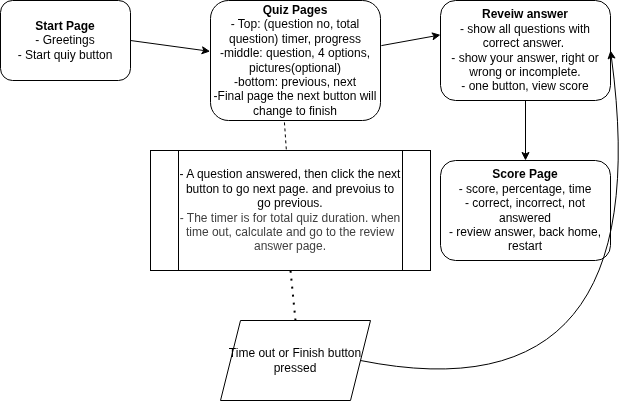
Earlier version of the draw.io export QuizApp/resources/logic_flow.drawio.png (geniesaiful/projects). Source tidied: cells renumbered, new cells last; positions are measured from the earlier drawing's top-left corner, leaving out a move shared by most shapes.
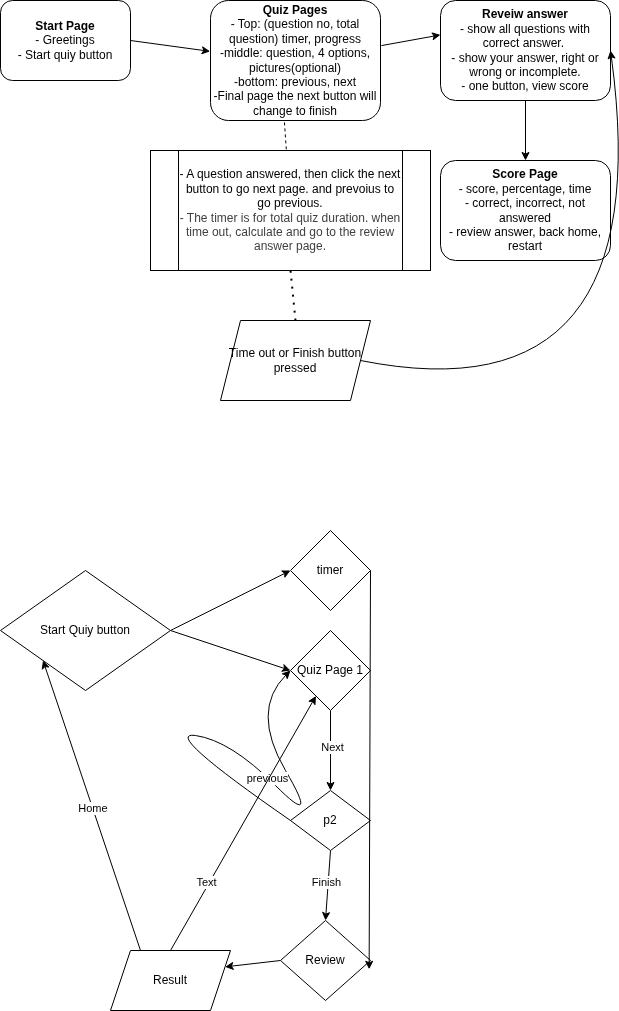
After the commit.

Commit message:
Logic plan. stable

The edit, as a diff of the source:
```diff
@@ -50,5 +50,72 @@
     <mxCell id="14" value="- A question answered, then click the next button to go next page. and prevoius to go previous.&lt;div style=&quot;color: rgb(63, 63, 63); scrollbar-color: rgb(226, 226, 226) rgb(251, 251, 251);&quot;&gt;- The timer is for total quiz duration. when time out, calculate and go to the review answer page.&lt;/div&gt;" style="shape=process;whiteSpace=wrap;html=1;backgroundOutline=1;" parent="1" vertex="1">
       <mxGeometry x="150" y="150" width="280" height="120" as="geometry" />
     </mxCell>
+    <mxCell id="15" style="edgeStyle=none;html=1;exitX=1;exitY=0.5;exitDx=0;exitDy=0;entryX=0;entryY=0.5;entryDx=0;entryDy=0;" parent="1" edge="1" source="17" target="18">
+      <mxGeometry relative="1" as="geometry" />
+    </mxCell>
+    <mxCell id="16" style="edgeStyle=none;html=1;exitX=1;exitY=0.5;exitDx=0;exitDy=0;entryX=0;entryY=0.5;entryDx=0;entryDy=0;" parent="1" edge="1" source="17" target="21">
+      <mxGeometry relative="1" as="geometry" />
+    </mxCell>
+    <mxCell id="17" value="Start Quiy button" style="rhombus;whiteSpace=wrap;html=1;" parent="1" vertex="1">
+      <mxGeometry y="570" width="170" height="120" as="geometry" />
+    </mxCell>
+    <mxCell id="18" value="timer" style="rhombus;whiteSpace=wrap;html=1;" parent="1" vertex="1">
+      <mxGeometry x="290" y="530" width="80" height="80" as="geometry" />
+    </mxCell>
+    <mxCell id="19" style="edgeStyle=none;html=1;exitX=0.5;exitY=1;exitDx=0;exitDy=0;" parent="1" edge="1" source="21" target="24">
+      <mxGeometry relative="1" as="geometry" />
+    </mxCell>
+    <mxCell id="20" value="Next" style="edgeLabel;html=1;align=center;verticalAlign=middle;" parent="19" vertex="1">
+      <mxGeometry x="-0.09" y="1" relative="1" as="geometry" />
+    </mxCell>
+    <mxCell id="21" value="Quiz Page 1" style="rhombus;whiteSpace=wrap;html=1;" parent="1" vertex="1">
+      <mxGeometry x="290" y="630" width="80" height="80" as="geometry" />
+    </mxCell>
+    <mxCell id="22" style="edgeStyle=none;html=1;exitX=0.5;exitY=1;exitDx=0;exitDy=0;entryX=0.5;entryY=0;entryDx=0;entryDy=0;" parent="1" edge="1" source="24" target="28">
+      <mxGeometry relative="1" as="geometry" />
+    </mxCell>
+    <mxCell id="23" value="Finish" style="edgeLabel;html=1;align=center;verticalAlign=middle;" parent="22" vertex="1">
+      <mxGeometry x="-0.07" y="-2" relative="1" as="geometry" />
+    </mxCell>
+    <mxCell id="24" value="p2" style="rhombus;whiteSpace=wrap;html=1;" parent="1" vertex="1">
+      <mxGeometry x="290" y="790" width="80" height="60" as="geometry" />
+    </mxCell>
+    <mxCell id="25" style="curved=1;endArrow=classic;html=1;exitX=0;exitY=0.5;exitDx=0;exitDy=0;entryX=0;entryY=0.5;entryDx=0;entryDy=0;" parent="1" edge="1" source="24" target="21">
+      <mxGeometry relative="1" as="geometry">
+        <Array as="points">
+          <mxPoint x="160" y="730" />
+          <mxPoint x="230" y="740" />
+          <mxPoint x="320" y="830" />
+          <mxPoint x="250" y="710" />
+        </Array>
+      </mxGeometry>
+    </mxCell>
+    <mxCell id="26" value="previous" style="edgeLabel;html=1;align=center;verticalAlign=middle;" parent="25" vertex="1">
+      <mxGeometry x="0.02" y="-1" relative="1" as="geometry" />
+    </mxCell>
+    <mxCell id="27" style="edgeStyle=none;html=1;exitX=0;exitY=0.5;exitDx=0;exitDy=0;entryX=1;entryY=0.25;entryDx=0;entryDy=0;" parent="1" edge="1" source="28" target="34">
+      <mxGeometry relative="1" as="geometry" />
+    </mxCell>
+    <mxCell id="28" value="Review" style="rhombus;whiteSpace=wrap;html=1;" parent="1" vertex="1">
+      <mxGeometry x="280" y="920" width="90" height="80" as="geometry" />
+    </mxCell>
+    <mxCell id="29" style="edgeStyle=none;html=1;exitX=1;exitY=0.5;exitDx=0;exitDy=0;entryX=0.985;entryY=0.61;entryDx=0;entryDy=0;entryPerimeter=0;" parent="1" edge="1" source="18" target="28">
+      <mxGeometry relative="1" as="geometry" />
+    </mxCell>
+    <mxCell id="30" style="edgeStyle=none;html=1;exitX=0.25;exitY=0;exitDx=0;exitDy=0;entryX=0;entryY=1;entryDx=0;entryDy=0;" parent="1" edge="1" source="34" target="17">
+      <mxGeometry relative="1" as="geometry" />
+    </mxCell>
+    <mxCell id="31" value="Home&amp;nbsp;" style="edgeLabel;html=1;align=center;verticalAlign=middle;" parent="30" vertex="1">
+      <mxGeometry x="-0.02" y="-1" relative="1" as="geometry" />
+    </mxCell>
+    <mxCell id="32" style="edgeStyle=none;html=1;exitX=0.5;exitY=0;exitDx=0;exitDy=0;" parent="1" edge="1" source="34" target="21">
+      <mxGeometry relative="1" as="geometry" />
+    </mxCell>
+    <mxCell id="33" value="Text" style="edgeLabel;html=1;align=center;verticalAlign=middle;" parent="32" vertex="1">
+      <mxGeometry x="-0.48" y="3" relative="1" as="geometry" />
+    </mxCell>
+    <mxCell id="34" value="Result" style="shape=parallelogram;perimeter=parallelogramPerimeter;whiteSpace=wrap;html=1;fixedSize=1;" parent="1" vertex="1">
+      <mxGeometry x="110" y="950" width="120" height="60" as="geometry" />
+    </mxCell>
   </root>
 </mxGraphModel>
```
